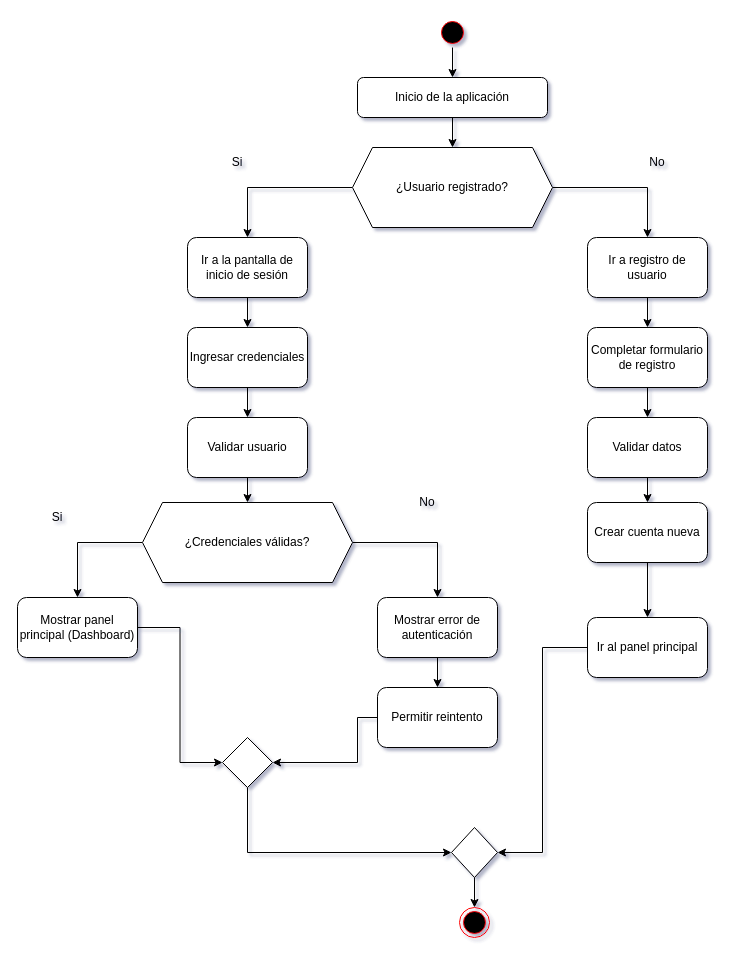
Earlier version of the draw.io diagram Flujos de interaccion de usuario/Flujo general del sistema.drawio (Juan-Cortes2045/Energy-Monitor-Documentation). Source tidied: cells renumbered, new cells numbered last; positions are measured from the earlier drawing's top-left corner, leaving out a move shared by most shapes. Both pictures are drawn from the tidied source at 100%, with x=0, y=0 at pixel (17, 17).
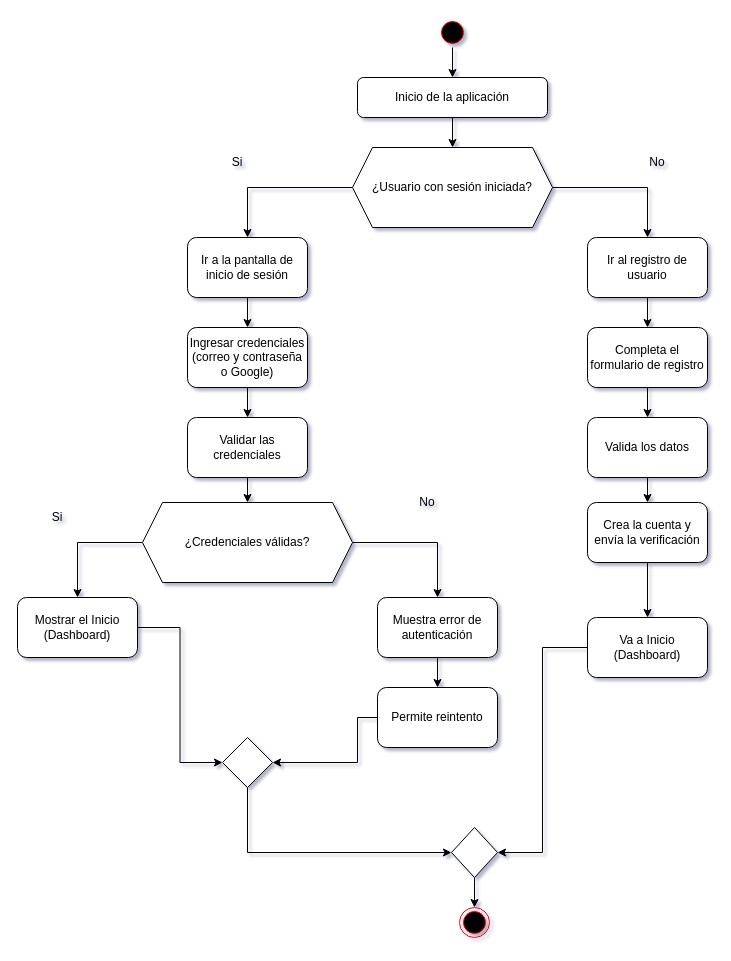
After the change.

The edit, as a diff of the source:
```diff
@@
-    <mxCell id="8" value="¿Usuario registrado?" style="shape=hexagon;perimeter=hexagonPerimeter2;whiteSpace=wrap;html=1;fixedSize=1;" parent="1" vertex="1">
+    <mxCell id="8" value="¿Usuario con sesión iniciada?" style="shape=hexagon;perimeter=hexagonPerimeter2;whiteSpace=wrap;html=1;fixedSize=1;" parent="1" vertex="1">
       <mxGeometry x="335" y="130" width="200" height="80" as="geometry" />
     </mxCell>
@@
-    <mxCell id="12" value="Ir a registro de usuario" style="rounded=1;whiteSpace=wrap;html=1;" parent="1" vertex="1">
+    <mxCell id="12" value="Ir al registro de usuario" style="rounded=1;whiteSpace=wrap;html=1;" parent="1" vertex="1">
       <mxGeometry x="570" y="220" width="120" height="60" as="geometry" />
     </mxCell>
@@
-    <mxCell id="14" value="Ingresar credenciales" style="rounded=1;whiteSpace=wrap;html=1;" parent="1" vertex="1">
+    <mxCell id="14" value="Ingresar credenciales (correo y contraseña o Google)" style="rounded=1;whiteSpace=wrap;html=1;" parent="1" vertex="1">
       <mxGeometry x="170" y="310" width="120" height="60" as="geometry" />
     </mxCell>
@@
-    <mxCell id="16" value="Validar usuario" style="rounded=1;whiteSpace=wrap;html=1;" parent="1" vertex="1">
+    <mxCell id="16" value="Validar las credenciales" style="rounded=1;whiteSpace=wrap;html=1;" parent="1" vertex="1">
       <mxGeometry x="170" y="400" width="120" height="60" as="geometry" />
     </mxCell>
@@
-    <mxCell id="23" value="Mostrar panel principal (Dashboard)" style="rounded=1;whiteSpace=wrap;html=1;" parent="1" vertex="1">
+    <mxCell id="23" value="Mostrar el Inicio (Dashboard)" style="rounded=1;whiteSpace=wrap;html=1;" parent="1" vertex="1">
       <mxGeometry y="580" width="120" height="60" as="geometry" />
     </mxCell>
@@
-    <mxCell id="25" value="Mostrar error de autenticación" style="rounded=1;whiteSpace=wrap;html=1;" parent="1" vertex="1">
+    <mxCell id="25" value="Muestra error de autenticación" style="rounded=1;whiteSpace=wrap;html=1;" parent="1" vertex="1">
       <mxGeometry x="360" y="580" width="120" height="60" as="geometry" />
     </mxCell>
@@
-    <mxCell id="29" value="Permitir reintento" style="rounded=1;whiteSpace=wrap;html=1;" parent="1" vertex="1">
+    <mxCell id="29" value="Permite reintento" style="rounded=1;whiteSpace=wrap;html=1;" parent="1" vertex="1">
       <mxGeometry x="360" y="670" width="120" height="60" as="geometry" />
     </mxCell>
@@
-    <mxCell id="35" value="Completar formulario de registro" style="rounded=1;whiteSpace=wrap;html=1;" parent="1" vertex="1">
+    <mxCell id="35" value="Completa el formulario de registro" style="rounded=1;whiteSpace=wrap;html=1;" parent="1" vertex="1">
       <mxGeometry x="570" y="310" width="120" height="60" as="geometry" />
     </mxCell>
@@
-    <mxCell id="37" value="Validar datos" style="rounded=1;whiteSpace=wrap;html=1;" parent="1" vertex="1">
+    <mxCell id="37" value="Valida los datos" style="rounded=1;whiteSpace=wrap;html=1;" parent="1" vertex="1">
       <mxGeometry x="570" y="400" width="120" height="60" as="geometry" />
     </mxCell>
@@
-    <mxCell id="39" value="Crear cuenta nueva" style="rounded=1;whiteSpace=wrap;html=1;" parent="1" vertex="1">
+    <mxCell id="39" value="Crea la cuenta y envía la verificación" style="rounded=1;whiteSpace=wrap;html=1;" parent="1" vertex="1">
       <mxGeometry x="570" y="485" width="120" height="60" as="geometry" />
     </mxCell>
@@
-    <mxCell id="41" value="Ir al panel principal" style="rounded=1;whiteSpace=wrap;html=1;" parent="1" vertex="1">
+    <mxCell id="41" value="Va a Inicio (Dashboard)" style="rounded=1;whiteSpace=wrap;html=1;" parent="1" vertex="1">
       <mxGeometry x="570" y="600" width="120" height="60" as="geometry" />
     </mxCell>
```
